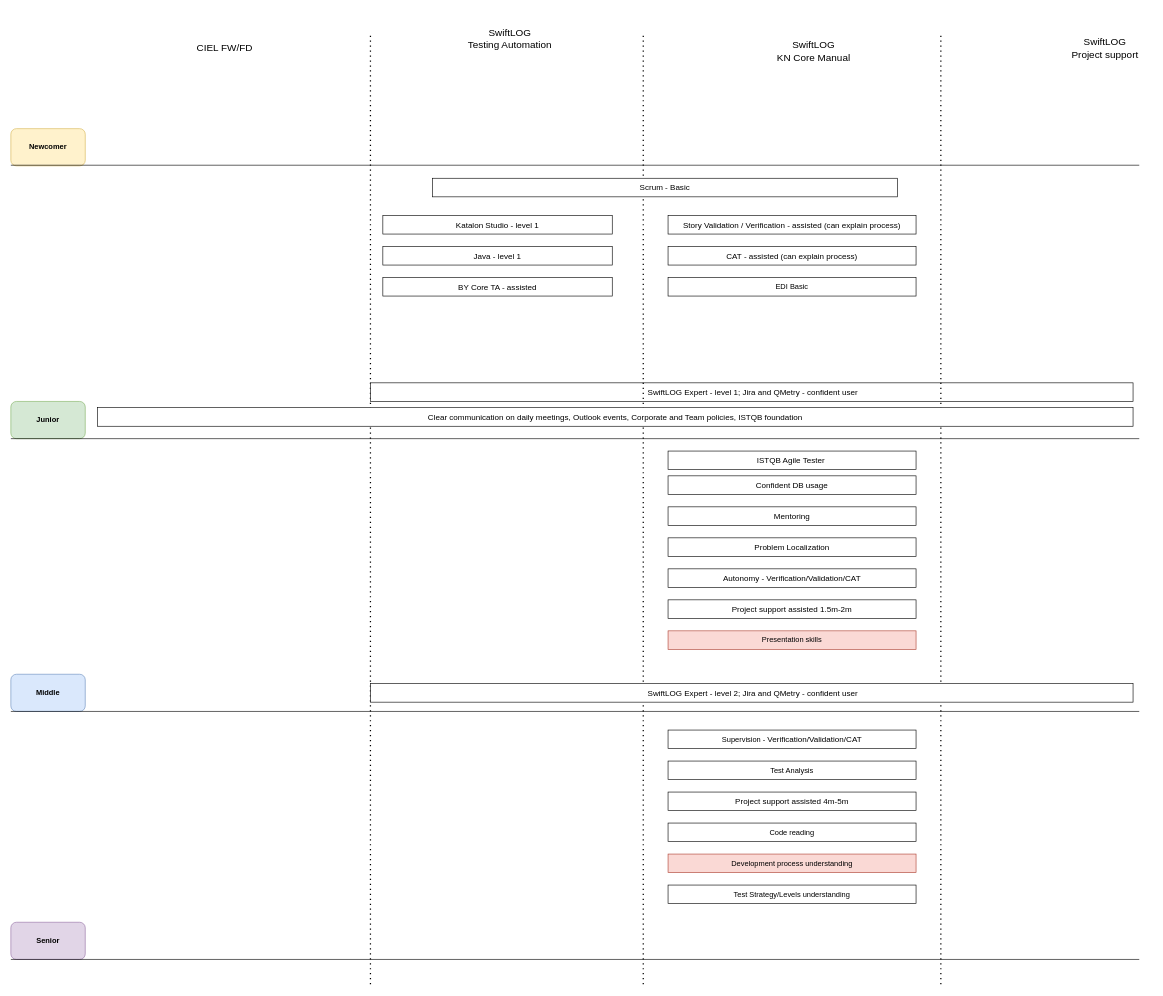
Above: IQ Development.drawio in AndriiRatushnyi/Andrii.Ratushnyi (draw.io), before the change. Source tidied: cells renumbered, new cells numbered last; positions are measured from the earlier drawing's top-left corner, leaving out a move shared by most shapes. Both pictures are drawn from the tidied source at 62%, with x=0, y=0 at pixel (11, 11).
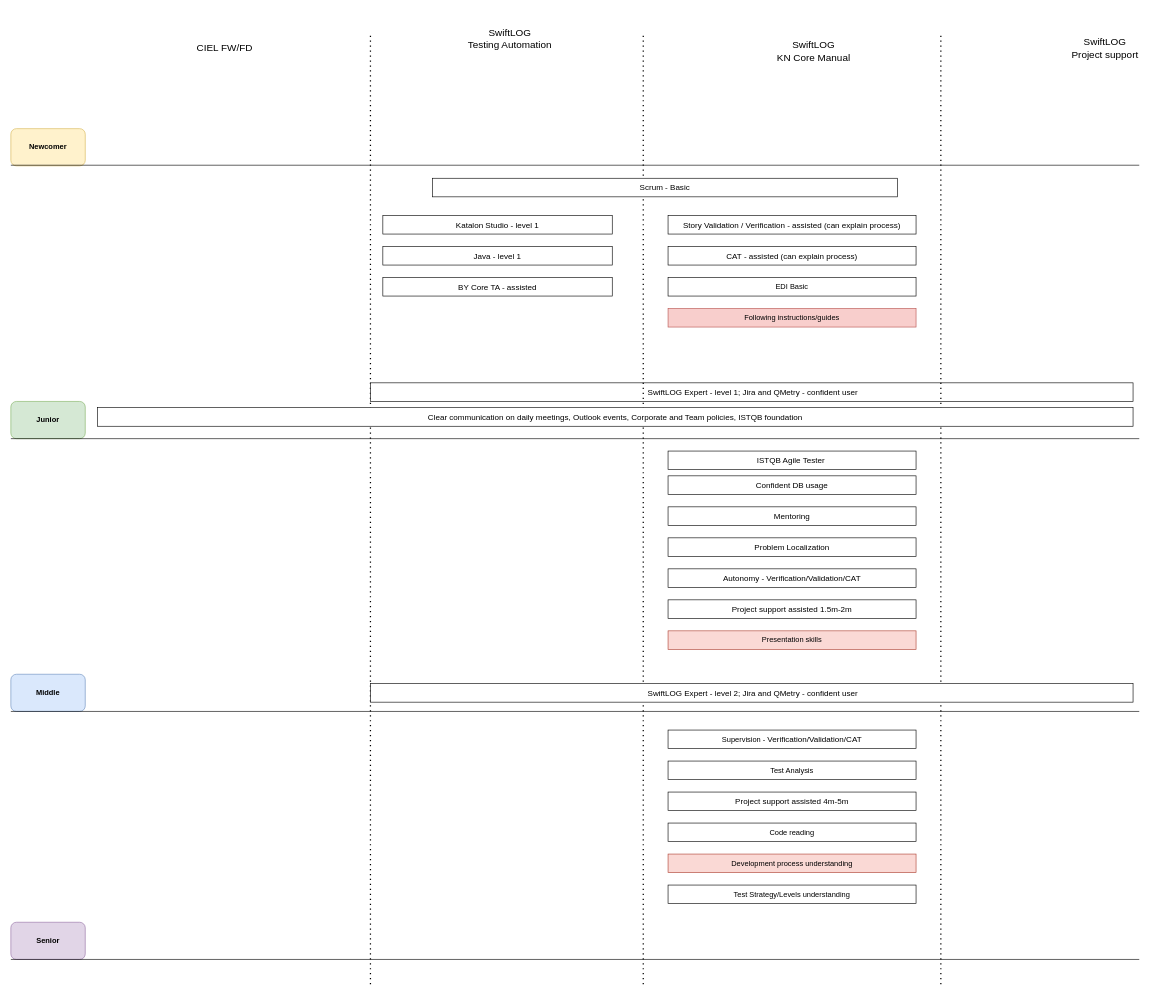
The same diagram, later.

What changed in the source:
```diff
@@
+    <mxCell id="40" value="Following instructions/guides" style="rounded=0;whiteSpace=wrap;html=1;fillColor=#f8cecc;strokeColor=#b85450;" parent="1" vertex="1">
+      <mxGeometry x="1060" y="480" width="400" height="30" as="geometry" />
+    </mxCell>
```
